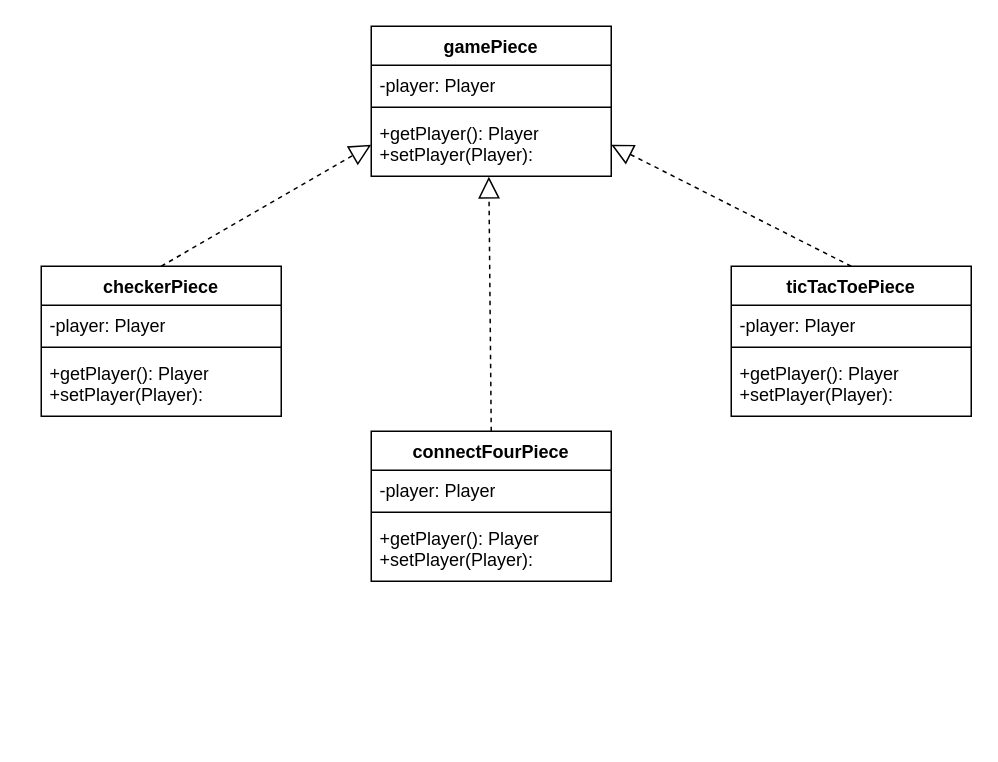
m-yoon02/Condensation keeps this draw.io diagram as Iteration_1/Backend/StructureDiagrams/Game_piece_structure_diagram.drawio. Above is the earlier version. Source tidied: cells renumbered, new cells numbered last; positions are measured from the earlier drawing's top-left corner, leaving out a move shared by most shapes. Both pictures are drawn from the tidied source at 150%, with x=0, y=0 at pixel (40, 26).
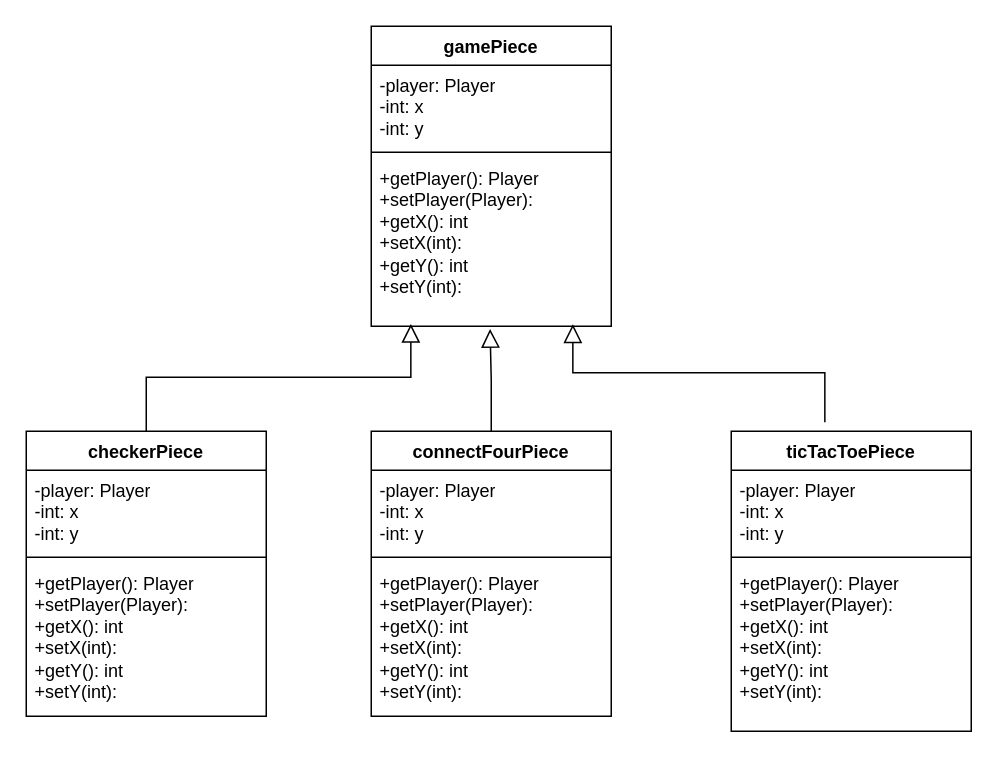
Above is the later version.

Commit message:
changed arrow format and added x and y fields + getters/setters

Change to the diagram source:
```diff
@@
     <mxCell id="2" value="gamePiece" style="swimlane;fontStyle=1;align=center;verticalAlign=top;horizontal=1;startSize=26;whiteSpace=wrap;html=1;" parent="1" vertex="1">
-      <mxGeometry x="220" width="160" height="100" as="geometry" />
+      <mxGeometry x="220" width="160" height="200" as="geometry" />
     </mxCell>
-    <mxCell id="3" value="-player: Player" style="text;strokeColor=none;fillColor=none;align=left;verticalAlign=top;spacingLeft=4;spacingRight=4;overflow=hidden;whiteSpace=wrap;html=1;" parent="2" vertex="1">
-      <mxGeometry y="26" width="160" height="24" as="geometry" />
+    <mxCell id="3" value="-player: Player&lt;div&gt;-int: x&lt;/div&gt;&lt;div&gt;-int: y&lt;/div&gt;" style="text;strokeColor=none;fillColor=none;align=left;verticalAlign=top;spacingLeft=4;spacingRight=4;overflow=hidden;whiteSpace=wrap;html=1;" parent="2" vertex="1">
+      <mxGeometry y="26" width="160" height="54" as="geometry" />
     </mxCell>
     <mxCell id="4" style="line;strokeWidth=1;fillColor=none;align=left;verticalAlign=middle;spacingTop=-1;spacingLeft=3;spacingRight=3;labelPosition=right;strokeColor=inherit;" parent="2" vertex="1">
-      <mxGeometry y="50" width="160" height="8" as="geometry" />
+      <mxGeometry y="80" width="160" height="8" as="geometry" />
     </mxCell>
-    <mxCell id="5" value="+getPlayer(): Player&lt;div&gt;+setPlayer(Player):&lt;/div&gt;&lt;div&gt;&lt;br&gt;&lt;/div&gt;" style="text;strokeColor=none;fillColor=none;align=left;verticalAlign=top;spacingLeft=4;spacingRight=4;overflow=hidden;points=[[0,0.5],[1,0.5]];portConstraint=eastwest;whiteSpace=wrap;html=1;" parent="2" vertex="1">
-      <mxGeometry y="58" width="160" height="42" as="geometry" />
+    <mxCell id="5" value="+getPlayer(): Player&lt;div&gt;+setPlayer(Player):&lt;/div&gt;&lt;div&gt;+getX(): int&lt;/div&gt;&lt;div&gt;+setX(int):&lt;/div&gt;&lt;div&gt;+getY(): int&lt;/div&gt;&lt;div&gt;+setY(int):&lt;/div&gt;&lt;div&gt;&lt;br&gt;&lt;/div&gt;" style="text;strokeColor=none;fillColor=none;align=left;verticalAlign=top;spacingLeft=4;spacingRight=4;overflow=hidden;points=[[0,0.5],[1,0.5]];portConstraint=eastwest;whiteSpace=wrap;html=1;" parent="2" vertex="1">
+      <mxGeometry y="88" width="160" height="112" as="geometry" />
     </mxCell>
     <mxCell id="6" value="checkerPiece" style="swimlane;fontStyle=1;align=center;verticalAlign=top;horizontal=1;startSize=26;whiteSpace=wrap;html=1;" parent="1" vertex="1">
-      <mxGeometry y="160" width="160" height="100" as="geometry" />
+      <mxGeometry x="-10" y="270" width="160" height="190" as="geometry" />
     </mxCell>
-    <mxCell id="7" value="-player: Player" style="text;strokeColor=none;fillColor=none;align=left;verticalAlign=top;spacingLeft=4;spacingRight=4;overflow=hidden;whiteSpace=wrap;html=1;" parent="6" vertex="1">
-      <mxGeometry y="26" width="160" height="24" as="geometry" />
+    <mxCell id="7" value="-player: Player&lt;div&gt;-int: x&lt;/div&gt;&lt;div&gt;-int: y&lt;/div&gt;" style="text;strokeColor=none;fillColor=none;align=left;verticalAlign=top;spacingLeft=4;spacingRight=4;overflow=hidden;whiteSpace=wrap;html=1;" parent="6" vertex="1">
+      <mxGeometry y="26" width="160" height="54" as="geometry" />
     </mxCell>
     <mxCell id="8" style="line;strokeWidth=1;fillColor=none;align=left;verticalAlign=middle;spacingTop=-1;spacingLeft=3;spacingRight=3;labelPosition=right;strokeColor=inherit;" parent="6" vertex="1">
-      <mxGeometry y="50" width="160" height="8" as="geometry" />
+      <mxGeometry y="80" width="160" height="8" as="geometry" />
     </mxCell>
-    <mxCell id="9" value="+getPlayer(): Player&lt;div&gt;+setPlayer(Player):&lt;/div&gt;&lt;div&gt;&lt;br&gt;&lt;/div&gt;" style="text;strokeColor=none;fillColor=none;align=left;verticalAlign=top;spacingLeft=4;spacingRight=4;overflow=hidden;whiteSpace=wrap;html=1;" parent="6" vertex="1">
-      <mxGeometry y="58" width="160" height="42" as="geometry" />
+    <mxCell id="9" value="&lt;div&gt;+getPlayer(): Player&lt;div&gt;+setPlayer(Player):&lt;/div&gt;&lt;div&gt;+getX(): int&lt;/div&gt;&lt;div&gt;+setX(int):&lt;/div&gt;&lt;div&gt;+getY(): int&lt;/div&gt;&lt;div&gt;+setY(int):&lt;/div&gt;&lt;div&gt;&lt;br&gt;&lt;/div&gt;&lt;/div&gt;" style="text;strokeColor=none;fillColor=none;align=left;verticalAlign=top;spacingLeft=4;spacingRight=4;overflow=hidden;whiteSpace=wrap;html=1;" parent="6" vertex="1">
+      <mxGeometry y="88" width="160" height="102" as="geometry" />
     </mxCell>
     <mxCell id="10" value="connectFourPiece" style="swimlane;fontStyle=1;align=center;verticalAlign=top;horizontal=1;startSize=26;whiteSpace=wrap;html=1;" parent="1" vertex="1">
-      <mxGeometry x="220" y="270" width="160" height="100" as="geometry" />
+      <mxGeometry x="220" y="270" width="160" height="190" as="geometry" />
     </mxCell>
-    <mxCell id="11" value="-player: Player" style="text;strokeColor=none;fillColor=none;align=left;verticalAlign=top;spacingLeft=4;spacingRight=4;overflow=hidden;whiteSpace=wrap;html=1;" parent="10" vertex="1">
-      <mxGeometry y="26" width="160" height="24" as="geometry" />
+    <mxCell id="11" value="-player: Player&lt;div&gt;-int: x&lt;/div&gt;&lt;div&gt;-int: y&lt;/div&gt;" style="text;strokeColor=none;fillColor=none;align=left;verticalAlign=top;spacingLeft=4;spacingRight=4;overflow=hidden;whiteSpace=wrap;html=1;" parent="10" vertex="1">
+      <mxGeometry y="26" width="160" height="54" as="geometry" />
     </mxCell>
     <mxCell id="12" style="line;strokeWidth=1;fillColor=none;align=left;verticalAlign=middle;spacingTop=-1;spacingLeft=3;spacingRight=3;labelPosition=right;strokeColor=inherit;" parent="10" vertex="1">
-      <mxGeometry y="50" width="160" height="8" as="geometry" />
+      <mxGeometry y="80" width="160" height="8" as="geometry" />
     </mxCell>
-    <mxCell id="13" value="+getPlayer(): Player&lt;div&gt;+setPlayer(Player):&lt;/div&gt;&lt;div&gt;&lt;br&gt;&lt;/div&gt;" style="text;strokeColor=none;fillColor=none;align=left;verticalAlign=top;spacingLeft=4;spacingRight=4;overflow=hidden;whiteSpace=wrap;html=1;" parent="10" vertex="1">
-      <mxGeometry y="58" width="160" height="42" as="geometry" />
+    <mxCell id="13" value="&lt;div&gt;+getPlayer(): Player&lt;div&gt;+setPlayer(Player):&lt;/div&gt;&lt;div&gt;+getX(): int&lt;/div&gt;&lt;div&gt;+setX(int):&lt;/div&gt;&lt;div&gt;+getY(): int&lt;/div&gt;&lt;div&gt;+setY(int):&lt;/div&gt;&lt;div&gt;&lt;br&gt;&lt;/div&gt;&lt;/div&gt;" style="text;strokeColor=none;fillColor=none;align=left;verticalAlign=top;spacingLeft=4;spacingRight=4;overflow=hidden;whiteSpace=wrap;html=1;" parent="10" vertex="1">
+      <mxGeometry y="88" width="160" height="102" as="geometry" />
     </mxCell>
     <mxCell id="14" value="ticTacToePiece" style="swimlane;fontStyle=1;align=center;verticalAlign=top;horizontal=1;startSize=26;whiteSpace=wrap;html=1;" parent="1" vertex="1">
-      <mxGeometry x="460" y="160" width="160" height="100" as="geometry" />
+      <mxGeometry x="460" y="270" width="160" height="200" as="geometry" />
     </mxCell>
-    <mxCell id="15" value="-player: Player" style="text;strokeColor=none;fillColor=none;align=left;verticalAlign=top;spacingLeft=4;spacingRight=4;overflow=hidden;whiteSpace=wrap;html=1;" parent="14" vertex="1">
-      <mxGeometry y="26" width="160" height="24" as="geometry" />
+    <mxCell id="15" value="-player: Player&lt;div&gt;-int: x&lt;/div&gt;&lt;div&gt;-int: y&lt;/div&gt;" style="text;strokeColor=none;fillColor=none;align=left;verticalAlign=top;spacingLeft=4;spacingRight=4;overflow=hidden;whiteSpace=wrap;html=1;" parent="14" vertex="1">
+      <mxGeometry y="26" width="160" height="54" as="geometry" />
     </mxCell>
     <mxCell id="16" style="line;strokeWidth=1;fillColor=none;align=left;verticalAlign=middle;spacingTop=-1;spacingLeft=3;spacingRight=3;labelPosition=right;strokeColor=inherit;" parent="14" vertex="1">
-      <mxGeometry y="50" width="160" height="8" as="geometry" />
+      <mxGeometry y="80" width="160" height="8" as="geometry" />
     </mxCell>
-    <mxCell id="17" value="+getPlayer(): Player&lt;div&gt;+setPlayer(Player):&lt;/div&gt;&lt;div&gt;&lt;br&gt;&lt;/div&gt;" style="text;strokeColor=none;fillColor=none;align=left;verticalAlign=top;spacingLeft=4;spacingRight=4;overflow=hidden;whiteSpace=wrap;html=1;" parent="14" vertex="1">
-      <mxGeometry y="58" width="160" height="42" as="geometry" />
+    <mxCell id="17" value="&lt;div&gt;+getPlayer(): Player&lt;div&gt;+setPlayer(Player):&lt;/div&gt;&lt;div&gt;+getX(): int&lt;/div&gt;&lt;div&gt;+setX(int):&lt;/div&gt;&lt;div&gt;+getY(): int&lt;/div&gt;&lt;div&gt;+setY(int):&lt;/div&gt;&lt;div&gt;&lt;br&gt;&lt;/div&gt;&lt;/div&gt;" style="text;strokeColor=none;fillColor=none;align=left;verticalAlign=top;spacingLeft=4;spacingRight=4;overflow=hidden;whiteSpace=wrap;html=1;" parent="14" vertex="1">
+      <mxGeometry y="88" width="160" height="112" as="geometry" />
     </mxCell>
-    <mxCell id="18" style="endArrow=block;dashed=1;endFill=0;endSize=12;html=1;rounded=0;exitX=0.5;exitY=0;exitDx=0;exitDy=0;entryX=0.49;entryY=1.008;entryDx=0;entryDy=0;entryPerimeter=0;" parent="1" edge="1" source="10" target="5">
+    <mxCell id="18" style="endArrow=block;endSize=10;endFill=0;shadow=0;strokeWidth=1;rounded=0;curved=0;edgeStyle=elbowEdgeStyle;elbow=vertical;exitX=0.5;exitY=0;exitDx=0;exitDy=0;entryX=0.495;entryY=1.016;entryDx=0;entryDy=0;entryPerimeter=0;" parent="1" edge="1" source="10" target="5">
       <mxGeometry relative="1" as="geometry" />
     </mxCell>
+    <mxCell id="20" style="endArrow=block;endSize=10;endFill=0;shadow=0;strokeWidth=1;rounded=0;curved=0;edgeStyle=elbowEdgeStyle;elbow=vertical;exitX=0.39;exitY=-0.03;exitDx=0;exitDy=0;entryX=0.84;entryY=0.988;entryDx=0;entryDy=0;entryPerimeter=0;exitPerimeter=0;" parent="1" edge="1" source="14" target="5">
+      <mxGeometry relative="1" as="geometry" />
+    </mxCell>
-    <mxCell id="19" style="endArrow=block;dashed=1;endFill=0;endSize=12;html=1;rounded=0;exitX=0.5;exitY=0;exitDx=0;exitDy=0;entryX=0;entryY=0.5;entryDx=0;entryDy=0;" parent="1" edge="1" source="6" target="5">
+    <mxCell id="19" style="endArrow=block;endSize=10;endFill=0;shadow=0;strokeWidth=1;rounded=0;curved=0;edgeStyle=elbowEdgeStyle;elbow=vertical;exitX=0.5;exitY=0;exitDx=0;exitDy=0;entryX=0.165;entryY=0.986;entryDx=0;entryDy=0;entryPerimeter=0;" parent="1" edge="1" source="6" target="5">
       <mxGeometry relative="1" as="geometry" />
     </mxCell>
-    <mxCell id="20" style="endArrow=block;dashed=1;endFill=0;endSize=12;html=1;rounded=0;exitX=0.5;exitY=0;exitDx=0;exitDy=0;entryX=1;entryY=0.5;entryDx=0;entryDy=0;" parent="1" edge="1" source="14" target="5">
-      <mxGeometry relative="1" as="geometry" />
-    </mxCell>
```
